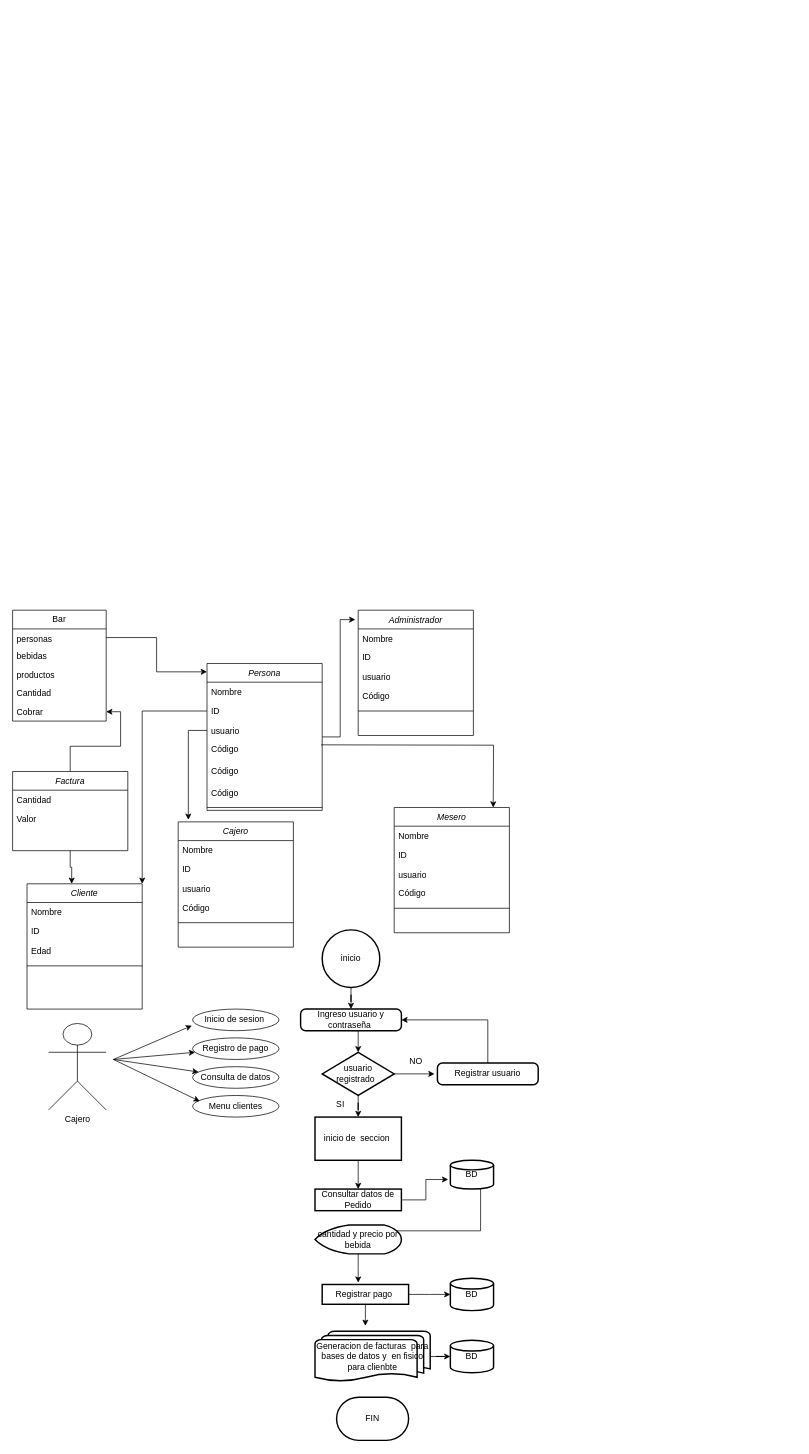
The draw.io diagram page "CAJERO" (3 of 4) of UML.drawio in BROC95/JJB_sw, before the edit. Source tidied: cells renumbered, new cells numbered last; positions are measured from the earlier drawing's top-left corner, leaving out a move shared by most shapes. Both pictures are drawn from the tidied source at 72%, with x=0, y=0 at pixel (12, 610).
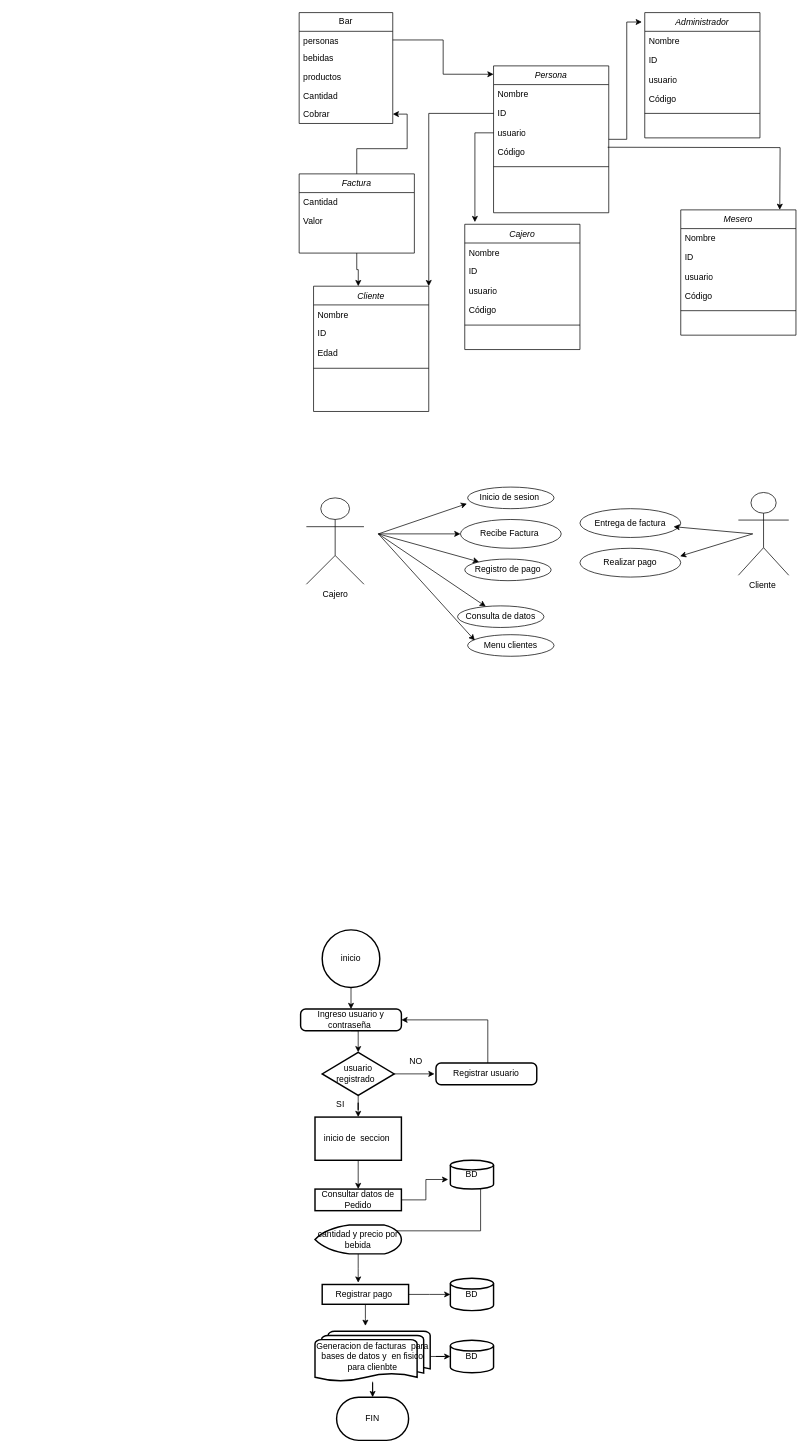
The same page after the edit.

Unchanged cells that the change refers to:
```xml
<mxCell id="21" value="inicio" style="strokeWidth=2;html=1;shape=mxgraph.flowchart.start_2;whiteSpace=wrap;" parent="1" vertex="1">
  <mxGeometry x="430" y="444" width="80" height="80" as="geometry" />
</mxCell>
<mxCell id="22" value="Ingreso usuario y contraseña&amp;nbsp;" style="rounded=1;whiteSpace=wrap;html=1;absoluteArcSize=1;arcSize=14;strokeWidth=2;" parent="1" vertex="1">
  <mxGeometry x="400" y="554" width="140" height="30" as="geometry" />
</mxCell>
<mxCell id="45" value="Generacion de facturas&amp;nbsp; para bases de datos y&amp;nbsp; en fisico para clienbte" style="strokeWidth=2;html=1;shape=mxgraph.flowchart.multi-document;whiteSpace=wrap;" parent="1" vertex="1">
  <mxGeometry x="420" y="1001.5" width="160" height="70" as="geometry" />
</mxCell>
<mxCell id="47" value="FIN" style="strokeWidth=2;html=1;shape=mxgraph.flowchart.terminator;whiteSpace=wrap;" parent="1" vertex="1">
  <mxGeometry x="450" y="1093" width="100" height="60" as="geometry" />
</mxCell>
```

The edit, as a diff of the source:
```diff
@@
     <mxCell id="2" value="Persona" style="swimlane;fontStyle=2;align=center;verticalAlign=top;horizontal=1;startSize=26;rounded=0;shadow=0;strokeWidth=1;" parent="1" vertex="1">
-      <mxGeometry x="270" y="74" width="160" height="204" as="geometry" />
+      <mxGeometry x="668" y="-756" width="160" height="204" as="geometry" />
     </mxCell>
@@
-    <mxCell id="7" value="Código" style="text;align=left;verticalAlign=top;spacingLeft=4;spacingRight=4;overflow=hidden;rounded=0;shadow=0;html=0;" parent="2" vertex="1">
-      <mxGeometry y="136" width="160" height="30" as="geometry" />
-    </mxCell>
-    <mxCell id="8" value="Código" style="text;align=left;verticalAlign=top;spacingLeft=4;spacingRight=4;overflow=hidden;rounded=0;shadow=0;html=0;" parent="2" vertex="1">
-      <mxGeometry y="166" width="160" height="30" as="geometry" />
-    </mxCell>
     <mxCell id="9" style="line;html=1;strokeWidth=1;align=left;verticalAlign=middle;spacingTop=-1;spacingLeft=3;spacingRight=3;labelPosition=right;" parent="2" vertex="1">
-      <mxGeometry y="196" width="160" height="8" as="geometry" />
+      <mxGeometry y="136" width="160" height="8" as="geometry" />
     </mxCell>
     <mxCell id="10" value="Cajero" style="shape=umlActor;verticalLabelPosition=bottom;verticalAlign=top;html=1;" parent="1" vertex="1">
-      <mxGeometry x="50" y="574" width="80" height="120" as="geometry" />
+      <mxGeometry x="408" y="-156" width="80" height="120" as="geometry" />
     </mxCell>
     <mxCell id="11" value="Inicio de sesion&amp;nbsp;" style="ellipse;whiteSpace=wrap;html=1;" parent="1" vertex="1">
-      <mxGeometry x="250" y="554" width="120" height="30" as="geometry" />
+      <mxGeometry x="632" y="-171" width="120" height="30" as="geometry" />
     </mxCell>
     <mxCell id="12" value="Registro de pago" style="ellipse;whiteSpace=wrap;html=1;" parent="1" vertex="1">
-      <mxGeometry x="250" y="594" width="120" height="30" as="geometry" />
+      <mxGeometry x="628" y="-71" width="120" height="30" as="geometry" />
     </mxCell>
     <mxCell id="13" value="Consulta de datos" style="ellipse;whiteSpace=wrap;html=1;" parent="1" vertex="1">
-      <mxGeometry x="250" y="634" width="120" height="30" as="geometry" />
+      <mxGeometry x="618" y="-6" width="120" height="30" as="geometry" />
     </mxCell>
     <mxCell id="14" value="Menu clientes" style="ellipse;whiteSpace=wrap;html=1;" parent="1" vertex="1">
-      <mxGeometry x="250" y="674" width="120" height="30" as="geometry" />
+      <mxGeometry x="632" y="34" width="120" height="30" as="geometry" />
     </mxCell>
@@
     <mxCell id="16" style="endArrow=classic;html=1;rounded=0;entryX=-0.008;entryY=0.767;entryDx=0;entryDy=0;entryPerimeter=0;" parent="1" edge="1" target="11">
       <mxGeometry relative="1" as="geometry">
-        <mxPoint x="140" y="624" as="sourcePoint" />
+        <mxPoint x="508" y="-106" as="sourcePoint" />
       </mxGeometry>
     </mxCell>
     <mxCell id="17" style="endArrow=classic;html=1;rounded=0;" parent="1" edge="1" target="12">
       <mxGeometry relative="1" as="geometry">
-        <mxPoint x="140" y="624" as="sourcePoint" />
+        <mxPoint x="508" y="-106" as="sourcePoint" />
       </mxGeometry>
     </mxCell>
     <mxCell id="18" style="endArrow=classic;html=1;rounded=0;" parent="1" edge="1" target="13">
       <mxGeometry relative="1" as="geometry">
-        <mxPoint x="140" y="624" as="sourcePoint" />
+        <mxPoint x="508" y="-106" as="sourcePoint" />
       </mxGeometry>
     </mxCell>
     <mxCell id="19" style="endArrow=classic;html=1;rounded=0;entryX=0.083;entryY=0.267;entryDx=0;entryDy=0;entryPerimeter=0;" parent="1" edge="1" target="14">
       <mxGeometry relative="1" as="geometry">
-        <mxPoint x="140" y="624" as="sourcePoint" />
+        <mxPoint x="508" y="-106" as="sourcePoint" />
       </mxGeometry>
     </mxCell>
-    <mxCell id="20" style="edgeStyle=orthogonalEdgeStyle;rounded=0;jettySize=auto;html=1;entryX=0.5;entryY=0;entryDx=0;entryDy=0;" parent="1" edge="1" source="21" target="22">
-      <mxGeometry relative="1" as="geometry" />
+    <mxCell id="20" style="edgeStyle=orthogonalEdgeStyle;rounded=0;jettySize=auto;html=1;entryX=0.5;entryY=0;entryDx=0;entryDy=0;" parent="1" edge="1" target="22">
+      <mxGeometry relative="1" as="geometry">
+        <mxPoint x="470" y="524" as="sourcePoint" />
+      </mxGeometry>
     </mxCell>
@@
-    <mxCell id="32" style="edgeStyle=orthogonalEdgeStyle;rounded=0;jettySize=auto;html=1;entryX=1;entryY=0.5;entryDx=0;entryDy=0;" parent="1" edge="1" source="33" target="22">
+    <mxCell id="32" style="edgeStyle=orthogonalEdgeStyle;rounded=0;jettySize=auto;html=1;entryX=1;entryY=0.5;entryDx=0;entryDy=0;" parent="1" edge="1" target="22">
       <mxGeometry relative="1" as="geometry">
+        <mxPoint x="660" y="629" as="sourcePoint" />
         <Array as="points">
           <mxPoint x="660" y="569" />
         </Array>
       </mxGeometry>
     </mxCell>
     <mxCell id="33" value="Registrar usuario" style="rounded=1;whiteSpace=wrap;html=1;absoluteArcSize=1;arcSize=14;strokeWidth=2;" parent="1" vertex="1">
-      <mxGeometry x="590" y="629" width="140" height="30" as="geometry" />
+      <mxGeometry x="588" y="629" width="140" height="30" as="geometry" />
     </mxCell>
@@
     <mxCell id="48" value="Bar" style="swimlane;fontStyle=0;horizontal=1;startSize=26;fillColor=none;whiteSpace=wrap;html=1;" parent="1" vertex="1">
-      <mxGeometry width="130" height="154" as="geometry" />
+      <mxGeometry x="398" y="-830" width="130" height="154" as="geometry" />
     </mxCell>
@@
     <mxCell id="54" value="Administrador" style="swimlane;fontStyle=2;align=center;verticalAlign=top;horizontal=1;startSize=26;rounded=0;shadow=0;strokeWidth=1;" parent="1" vertex="1">
-      <mxGeometry x="480" width="160" height="174" as="geometry" />
+      <mxGeometry x="878" y="-830" width="160" height="174" as="geometry" />
     </mxCell>
@@
     <mxCell id="60" value="Cajero" style="swimlane;fontStyle=2;align=center;verticalAlign=top;horizontal=1;startSize=26;rounded=0;shadow=0;strokeWidth=1;" parent="1" vertex="1">
-      <mxGeometry x="230" y="294" width="160" height="174" as="geometry" />
+      <mxGeometry x="628" y="-536" width="160" height="174" as="geometry" />
     </mxCell>
@@
     <mxCell id="66" value="Mesero" style="swimlane;fontStyle=2;align=center;verticalAlign=top;horizontal=1;startSize=26;rounded=0;shadow=0;strokeWidth=1;" parent="1" vertex="1">
-      <mxGeometry x="530" y="274" width="160" height="174" as="geometry" />
+      <mxGeometry x="928" y="-556" width="160" height="174" as="geometry" />
     </mxCell>
@@
     <mxCell id="75" value="Factura" style="swimlane;fontStyle=2;align=center;verticalAlign=top;horizontal=1;startSize=26;rounded=0;shadow=0;strokeWidth=1;" parent="1" vertex="1">
-      <mxGeometry y="224" width="160" height="110" as="geometry" />
+      <mxGeometry x="398" y="-606" width="160" height="110" as="geometry" />
     </mxCell>
@@
     <mxCell id="78" value="Cliente" style="swimlane;fontStyle=2;align=center;verticalAlign=top;horizontal=1;startSize=26;rounded=0;shadow=0;strokeWidth=1;" parent="1" vertex="1">
-      <mxGeometry x="20" y="380" width="160" height="174" as="geometry" />
+      <mxGeometry x="418" y="-450" width="160" height="174" as="geometry" />
     </mxCell>
@@
     <mxCell id="85" style="edgeStyle=orthogonalEdgeStyle;rounded=0;orthogonalLoop=1;jettySize=auto;html=1;" parent="1" edge="1">
       <mxGeometry relative="1" as="geometry">
-        <mxPoint x="428.5" y="187" as="sourcePoint" />
-        <mxPoint x="667.5" y="274" as="targetPoint" />
+        <mxPoint x="826.5" y="-643" as="sourcePoint" />
+        <mxPoint x="1065.5" y="-556" as="targetPoint" />
       </mxGeometry>
     </mxCell>
@@
+    <mxCell id="87" value="Cliente&amp;nbsp;" style="shape=umlActor;verticalLabelPosition=bottom;verticalAlign=top;html=1;" parent="1" vertex="1">
+      <mxGeometry x="1008" y="-163.5" width="70" height="115" as="geometry" />
+    </mxCell>
+    <mxCell id="88" value="Realizar pago" style="ellipse;whiteSpace=wrap;html=1;" parent="1" vertex="1">
+      <mxGeometry x="788" y="-86" width="140" height="40" as="geometry" />
+    </mxCell>
+    <mxCell id="89" value="Entrega de factura" style="ellipse;whiteSpace=wrap;html=1;" parent="1" vertex="1">
+      <mxGeometry x="788" y="-141" width="140" height="40" as="geometry" />
+    </mxCell>
+    <mxCell id="90" value="Recibe Factura&amp;nbsp;" style="ellipse;whiteSpace=wrap;html=1;" parent="1" vertex="1">
+      <mxGeometry x="622" y="-126" width="140" height="40" as="geometry" />
+    </mxCell>
+    <mxCell id="91" style="endArrow=classic;html=1;rounded=0;entryX=0;entryY=0.5;entryDx=0;entryDy=0;" parent="1" edge="1" target="90">
+      <mxGeometry relative="1" as="geometry">
+        <mxPoint x="508" y="-106" as="sourcePoint" />
+      </mxGeometry>
+    </mxCell>
+    <mxCell id="92" style="endArrow=classic;html=1;rounded=0;entryX=0.993;entryY=0.275;entryDx=0;entryDy=0;entryPerimeter=0;" parent="1" edge="1" target="88">
+      <mxGeometry relative="1" as="geometry">
+        <mxPoint x="1028" y="-106" as="sourcePoint" />
+      </mxGeometry>
+    </mxCell>
+    <mxCell id="93" style="endArrow=classic;html=1;rounded=0;" parent="1" edge="1">
+      <mxGeometry relative="1" as="geometry">
+        <mxPoint x="1028" y="-106" as="sourcePoint" />
+        <mxPoint x="918" y="-116" as="targetPoint" />
+      </mxGeometry>
+    </mxCell>
+    <mxCell id="94" style="edgeStyle=orthogonalEdgeStyle;rounded=0;jettySize=auto;html=1;entryX=0.5;entryY=0;entryDx=0;entryDy=0;entryPerimeter=0;" parent="1" edge="1" source="45" target="47">
+      <mxGeometry relative="1" as="geometry" />
+    </mxCell>
```
